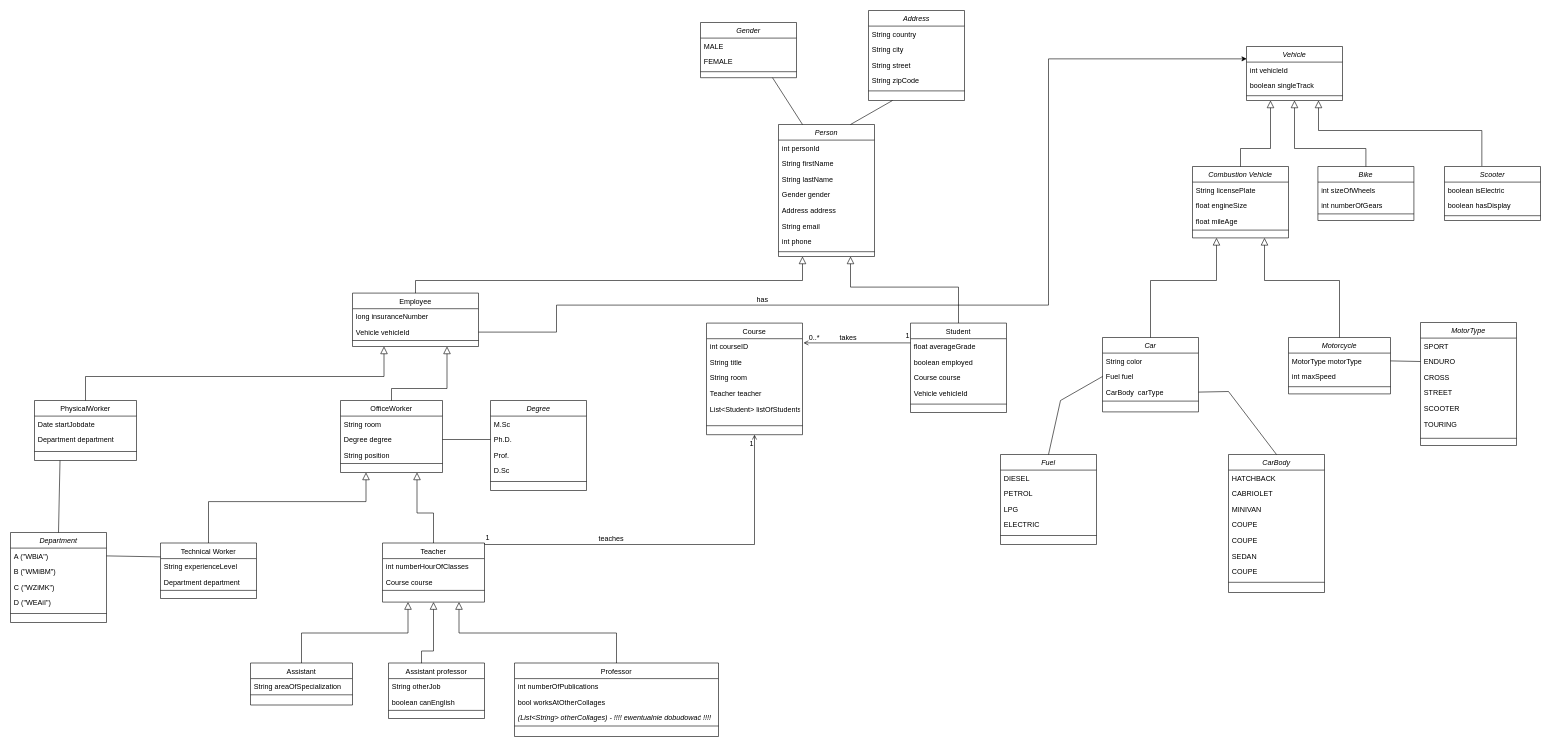
The draw.io diagram page "univeristy" (2 of 2) of Temat13/hibernate.drawio in Kuba1618/TO, before the edit. Source tidied: cells renumbered, new cells numbered last; positions are measured from the earlier drawing's top-left corner, leaving out a move shared by most shapes. Both pictures are drawn from the tidied source at 60%, with x=0, y=0 at pixel (10, 10).
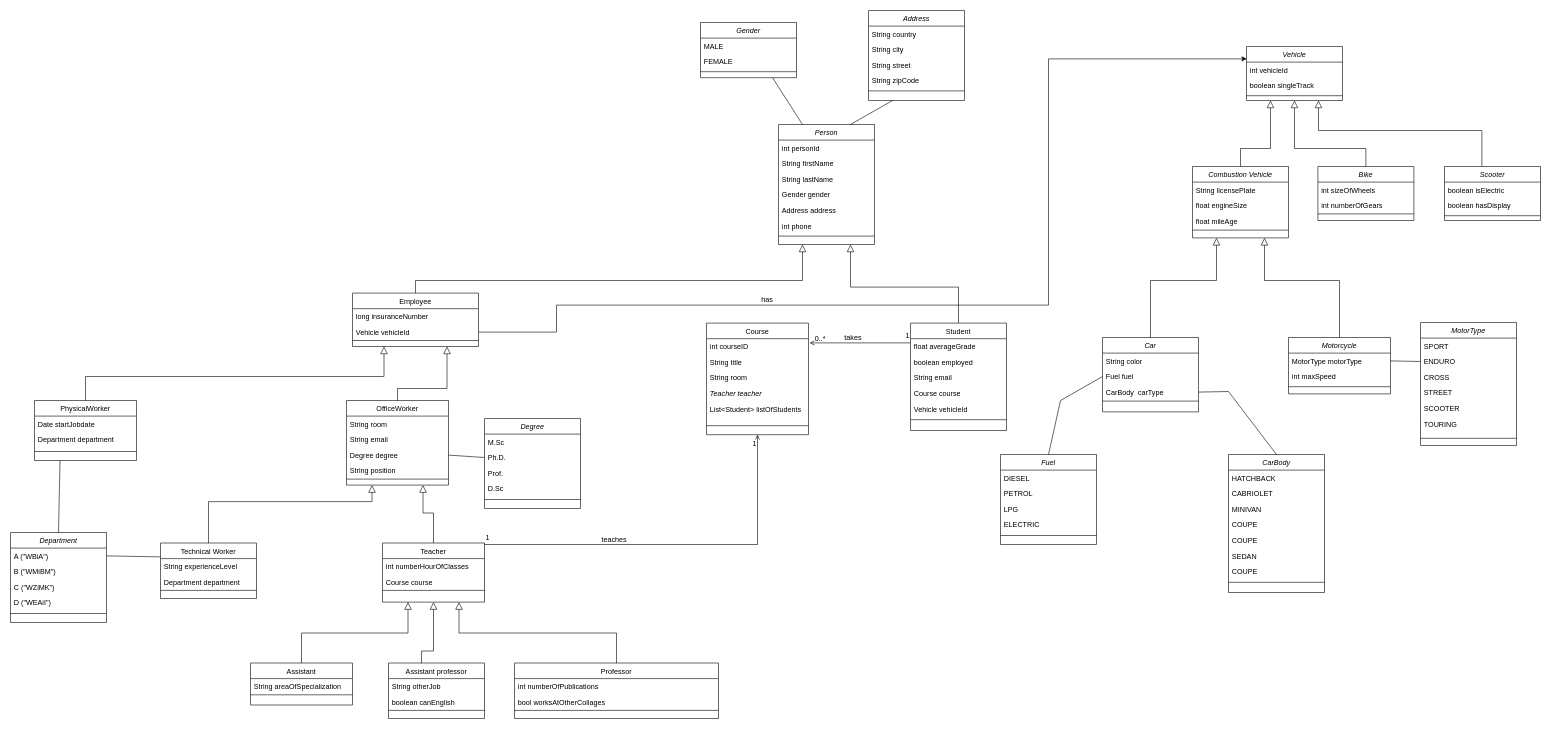
The same diagram, later.

What changed in the source:
```diff
@@
     <mxCell id="2" value="Person" style="swimlane;fontStyle=2;align=center;verticalAlign=top;horizontal=1;startSize=26;rounded=0;shadow=0;strokeWidth=1;" parent="1" vertex="1">
-      <mxGeometry x="1280" y="190" width="160" height="220" as="geometry" />
+      <mxGeometry x="1280" y="190" width="160" height="200" as="geometry" />
     </mxCell>
@@
-    <mxCell id="8" value="String email" style="text;align=left;verticalAlign=top;spacingLeft=4;spacingRight=4;overflow=hidden;rounded=0;shadow=0;html=0;" parent="2" vertex="1">
-      <mxGeometry y="156" width="160" height="26" as="geometry" />
-    </mxCell>
     <mxCell id="9" value="int phone" style="text;align=left;verticalAlign=top;spacingLeft=4;spacingRight=4;overflow=hidden;rounded=0;shadow=0;html=0;" parent="2" vertex="1">
-      <mxGeometry y="182" width="160" height="26" as="geometry" />
+      <mxGeometry y="156" width="160" height="26" as="geometry" />
     </mxCell>
     <mxCell id="10" style="line;html=1;strokeWidth=1;align=left;verticalAlign=middle;spacingTop=-1;spacingLeft=3;spacingRight=3;labelPosition=right;" parent="2" vertex="1">
-      <mxGeometry y="208" width="160" height="8" as="geometry" />
+      <mxGeometry y="182" width="160" height="8" as="geometry" />
     </mxCell>
     <mxCell id="11" value="Student" style="swimlane;fontStyle=0;align=center;verticalAlign=top;horizontal=1;startSize=26;rounded=0;shadow=0;strokeWidth=1;" parent="1" vertex="1">
-      <mxGeometry x="1500" y="521" width="160" height="149" as="geometry" />
+      <mxGeometry x="1500" y="521" width="160" height="179" as="geometry" />
     </mxCell>
@@
+    <mxCell id="160" value="String email" style="text;align=left;verticalAlign=top;spacingLeft=4;spacingRight=4;overflow=hidden;rounded=0;shadow=0;html=0;" parent="11" vertex="1">
+      <mxGeometry y="78" width="160" height="26" as="geometry" />
+    </mxCell>
     <mxCell id="14" value="Course course&#10;" style="text;align=left;verticalAlign=top;spacingLeft=4;spacingRight=4;overflow=hidden;rounded=0;shadow=0;html=0;" parent="11" vertex="1">
-      <mxGeometry y="78" width="160" height="26" as="geometry" />
+      <mxGeometry y="104" width="160" height="26" as="geometry" />
     </mxCell>
     <mxCell id="15" value="Vehicle vehicleId" style="text;align=left;verticalAlign=top;spacingLeft=4;spacingRight=4;overflow=hidden;rounded=0;shadow=0;html=0;" parent="11" vertex="1">
-      <mxGeometry y="104" width="160" height="26" as="geometry" />
+      <mxGeometry y="130" width="160" height="26" as="geometry" />
     </mxCell>
     <mxCell id="16" style="line;html=1;strokeWidth=1;align=left;verticalAlign=middle;spacingTop=-1;spacingLeft=3;spacingRight=3;labelPosition=right;" parent="11" vertex="1">
-      <mxGeometry y="130" width="160" height="10" as="geometry" />
+      <mxGeometry y="156" width="160" height="10" as="geometry" />
     </mxCell>
@@
     <mxCell id="24" value="Course" style="swimlane;fontStyle=0;align=center;verticalAlign=top;horizontal=1;startSize=26;rounded=0;shadow=0;strokeWidth=1;" parent="1" vertex="1">
-      <mxGeometry x="1160" y="521" width="160" height="186" as="geometry" />
+      <mxGeometry x="1160" y="521" width="170" height="186" as="geometry" />
     </mxCell>
     <mxCell id="25" value="int courseID" style="text;align=left;verticalAlign=top;spacingLeft=4;spacingRight=4;overflow=hidden;" parent="24" vertex="1">
-      <mxGeometry y="26" width="160" height="26" as="geometry" />
+      <mxGeometry y="26" width="170" height="26" as="geometry" />
     </mxCell>
     <mxCell id="26" value="String title" style="text;align=left;verticalAlign=top;spacingLeft=4;spacingRight=4;overflow=hidden;rounded=0;shadow=0;html=0;" parent="24" vertex="1">
-      <mxGeometry y="52" width="160" height="26" as="geometry" />
+      <mxGeometry y="52" width="170" height="26" as="geometry" />
     </mxCell>
     <mxCell id="27" value="String room" style="text;align=left;verticalAlign=top;spacingLeft=4;spacingRight=4;overflow=hidden;rounded=0;shadow=0;html=0;" parent="24" vertex="1">
-      <mxGeometry y="78" width="160" height="26" as="geometry" />
+      <mxGeometry y="78" width="170" height="26" as="geometry" />
     </mxCell>
-    <mxCell id="28" value="Teacher teacher" style="text;align=left;verticalAlign=top;spacingLeft=4;spacingRight=4;overflow=hidden;rounded=0;shadow=0;html=0;" parent="24" vertex="1">
-      <mxGeometry y="104" width="160" height="26" as="geometry" />
+    <mxCell id="28" value="Teacher teacher" style="text;align=left;verticalAlign=top;spacingLeft=4;spacingRight=4;overflow=hidden;rounded=0;shadow=0;html=0;fontStyle=2;" parent="24" vertex="1">
+      <mxGeometry y="104" width="170" height="26" as="geometry" />
     </mxCell>
     <mxCell id="29" value="List&lt;Student&gt; listOfStudents" style="text;align=left;verticalAlign=top;spacingLeft=4;spacingRight=4;overflow=hidden;rounded=0;shadow=0;html=0;" parent="24" vertex="1">
-      <mxGeometry y="130" width="160" height="26" as="geometry" />
+      <mxGeometry y="130" width="170" height="26" as="geometry" />
     </mxCell>
     <mxCell id="30" style="line;html=1;strokeWidth=1;align=left;verticalAlign=middle;spacingTop=-1;spacingLeft=3;spacingRight=3;labelPosition=right;" parent="24" vertex="1">
-      <mxGeometry y="156" width="160" height="30" as="geometry" />
+      <mxGeometry y="156" width="170" height="30" as="geometry" />
     </mxCell>
@@
     <mxCell id="84" value="Professor" style="swimlane;fontStyle=0;align=center;verticalAlign=top;horizontal=1;startSize=26;rounded=0;shadow=0;strokeWidth=1;" parent="1" vertex="1">
-      <mxGeometry x="840" y="1087.5" width="340" height="122.5" as="geometry" />
+      <mxGeometry x="840" y="1087.5" width="340" height="92.5" as="geometry" />
     </mxCell>
@@
-    <mxCell id="87" value="(List&lt;String&gt; otherCollages) - !!!! ewentualnie dobudować !!!!" style="text;align=left;verticalAlign=top;spacingLeft=4;spacingRight=4;overflow=hidden;fontStyle=2;" parent="84" vertex="1">
-      <mxGeometry y="78" width="340" height="26" as="geometry" />
-    </mxCell>
     <mxCell id="88" style="line;html=1;strokeWidth=1;align=left;verticalAlign=middle;spacingTop=-1;spacingLeft=3;spacingRight=3;labelPosition=right;" parent="84" vertex="1">
-      <mxGeometry y="104" width="340" height="2" as="geometry" />
+      <mxGeometry y="78" width="340" height="2" as="geometry" />
     </mxCell>
@@
     <mxCell id="119" value="OfficeWorker" style="swimlane;fontStyle=0;align=center;verticalAlign=top;horizontal=1;startSize=26;rounded=0;shadow=0;strokeWidth=1;" parent="1" vertex="1">
-      <mxGeometry x="550" y="650" width="170" height="120" as="geometry" />
+      <mxGeometry x="560" y="650" width="170" height="141" as="geometry" />
     </mxCell>
@@
+    <mxCell id="161" value="String email" style="text;align=left;verticalAlign=top;spacingLeft=4;spacingRight=4;overflow=hidden;rounded=0;shadow=0;html=0;" parent="119" vertex="1">
+      <mxGeometry y="52" width="170" height="26" as="geometry" />
+    </mxCell>
     <mxCell id="121" value="Degree degree" style="text;align=left;verticalAlign=top;spacingLeft=4;spacingRight=4;overflow=hidden;points=[[0,0.5],[1,0.5]];portConstraint=eastwest;" parent="119" vertex="1">
-      <mxGeometry y="52" width="170" height="26" as="geometry" />
+      <mxGeometry y="78" width="170" height="26" as="geometry" />
     </mxCell>
     <mxCell id="122" value="String position" style="text;align=left;verticalAlign=top;spacingLeft=4;spacingRight=4;overflow=hidden;" parent="119" vertex="1">
-      <mxGeometry y="78" width="170" height="26" as="geometry" />
+      <mxGeometry y="104" width="170" height="26" as="geometry" />
     </mxCell>
     <mxCell id="123" style="line;html=1;strokeWidth=1;align=left;verticalAlign=middle;spacingTop=-1;spacingLeft=3;spacingRight=3;labelPosition=right;" parent="119" vertex="1">
-      <mxGeometry y="104" width="170" height="2" as="geometry" />
+      <mxGeometry y="130" width="170" height="2" as="geometry" />
     </mxCell>
     <mxCell id="124" value="Degree" style="swimlane;fontStyle=2;align=center;verticalAlign=top;horizontal=1;startSize=26;rounded=0;shadow=0;strokeWidth=1;" parent="1" vertex="1">
-      <mxGeometry x="800" y="650" width="160" height="150" as="geometry" />
+      <mxGeometry x="790" y="680" width="160" height="150" as="geometry" />
     </mxCell>
```
